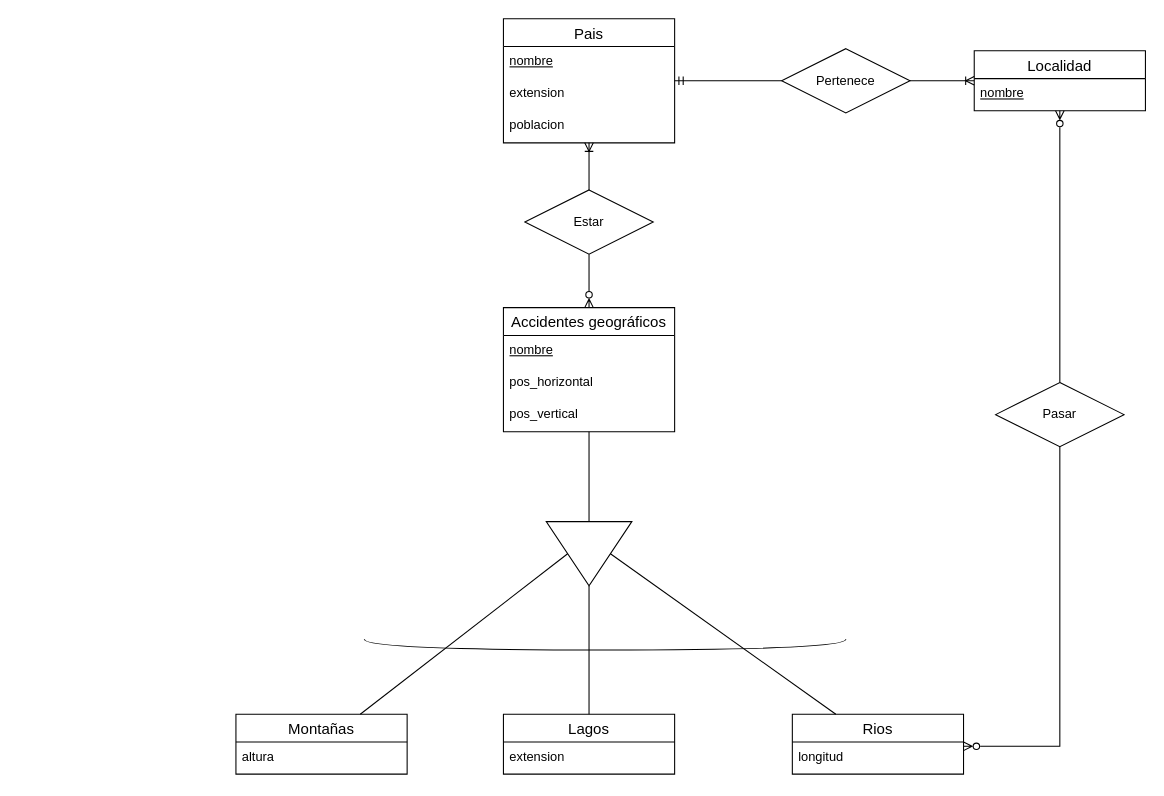
This is TA12Ej11.drawio from AlejandroCara/acr-tsys-modeloER-drawio-1110, a draw.io file, before an edit. Source tidied: cells renumbered, new cells numbered last; positions are measured from the earlier drawing's top-left corner, leaving out a move shared by most shapes. Both pictures are drawn from the tidied source at 107%, with x=0, y=0 at pixel (235, 18).
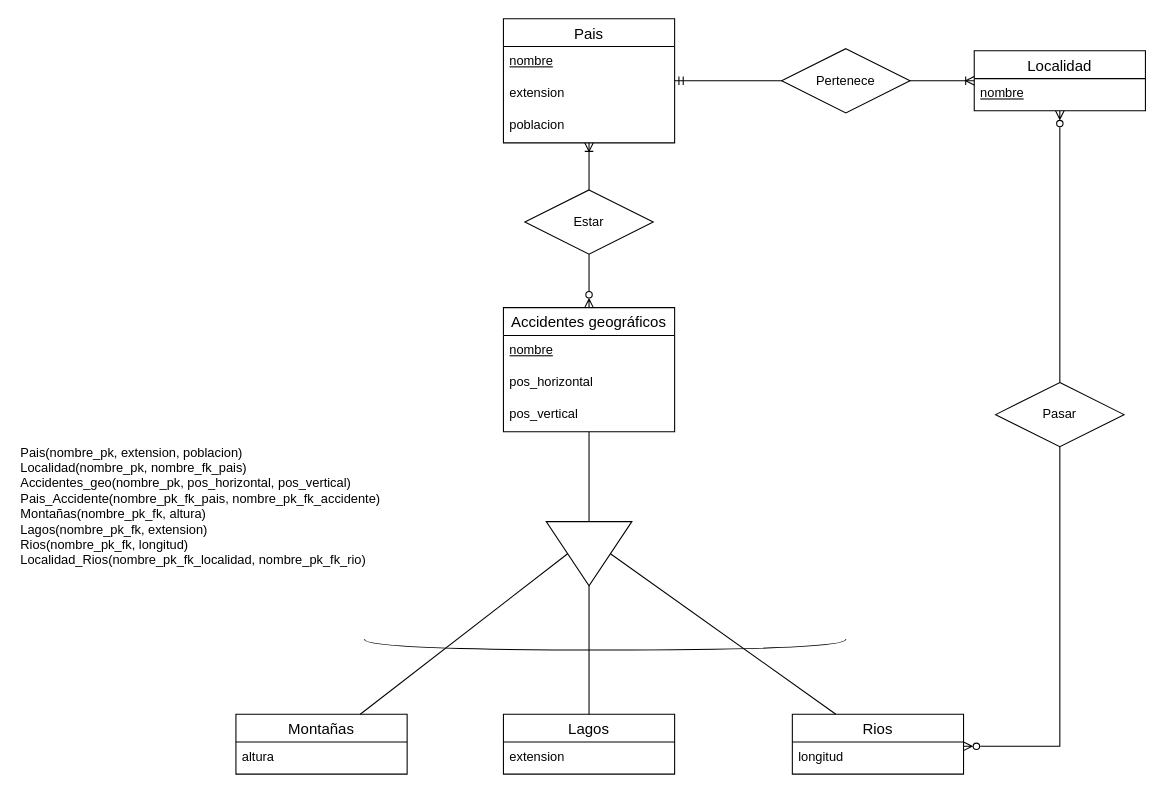
Above is the later version.

Change to the diagram source:
```diff
@@
+    <mxCell id="33" value="&lt;div align=&quot;left&quot;&gt;Pais(nombre_pk, extension, poblacion)&lt;br&gt;&lt;/div&gt;&lt;div&gt;Localidad(nombre_pk, nombre_fk_pais)&lt;/div&gt;&lt;div&gt;Accidentes_geo(nombre_pk, pos_horizontal, pos_vertical)&lt;/div&gt;&lt;div&gt;Pais_Accidente(nombre_pk_fk_pais, nombre_pk_fk_accidente)&lt;/div&gt;&lt;div&gt;Montañas(nombre_pk_fk, altura)&lt;/div&gt;&lt;div&gt;Lagos(nombre_pk_fk, extension)&lt;/div&gt;&lt;div&gt;Rios(nombre_pk_fk, longitud)&lt;/div&gt;&lt;div&gt;Localidad_Rios(nombre_pk_fk_localidad, nombre_pk_fk_rio)&lt;br&gt;&lt;/div&gt;&lt;div&gt;&lt;br&gt;&lt;/div&gt;&lt;div&gt;&lt;br&gt;&lt;/div&gt;" style="text;html=1;strokeColor=none;fillColor=none;align=left;verticalAlign=middle;whiteSpace=wrap;rounded=0;" parent="1" vertex="1">
+      <mxGeometry x="-203" y="400" width="460" height="140" as="geometry" />
+    </mxCell>
```
